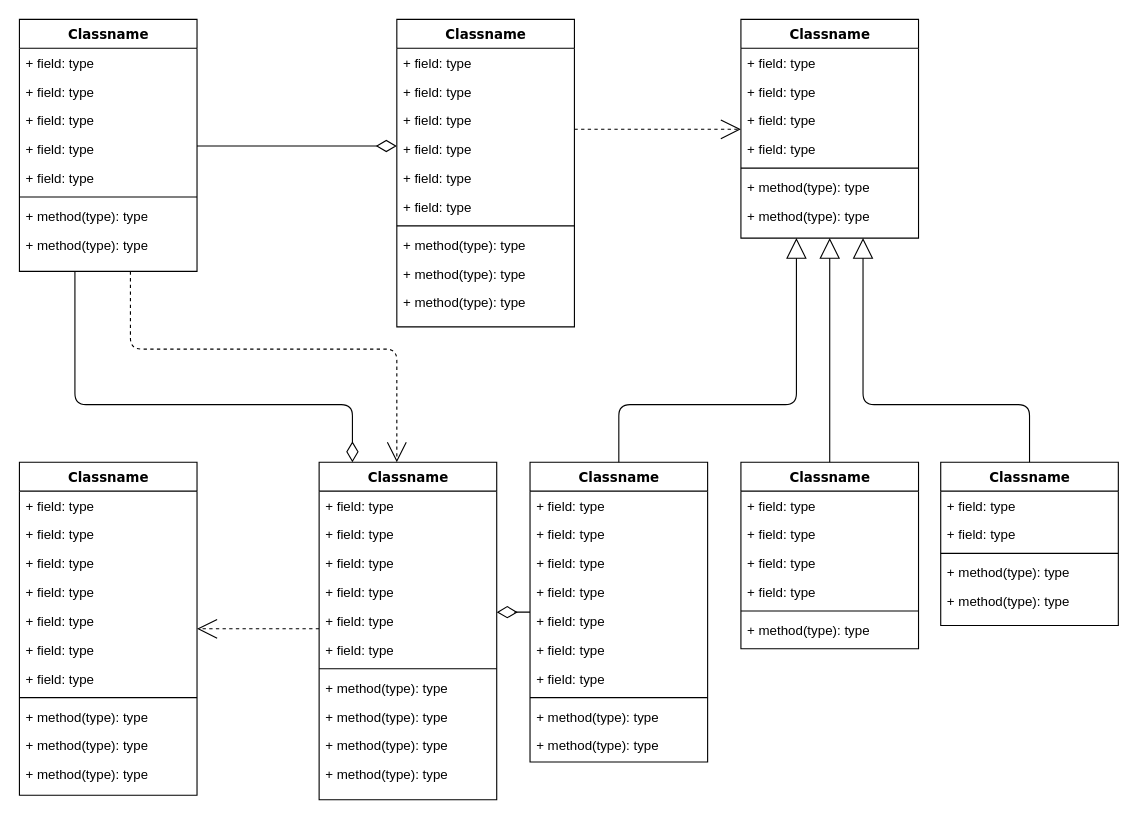
engjell-ism/oc20-1 keeps this draw.io diagram as editor/Untitled Diagram.drawio. Above is the earlier version. Source tidied: cells renumbered, new cells numbered last; positions are measured from the earlier drawing's top-left corner, leaving out a move shared by most shapes. Both pictures are drawn from the tidied source at 111%, with x=0, y=0 at pixel (19, 19).
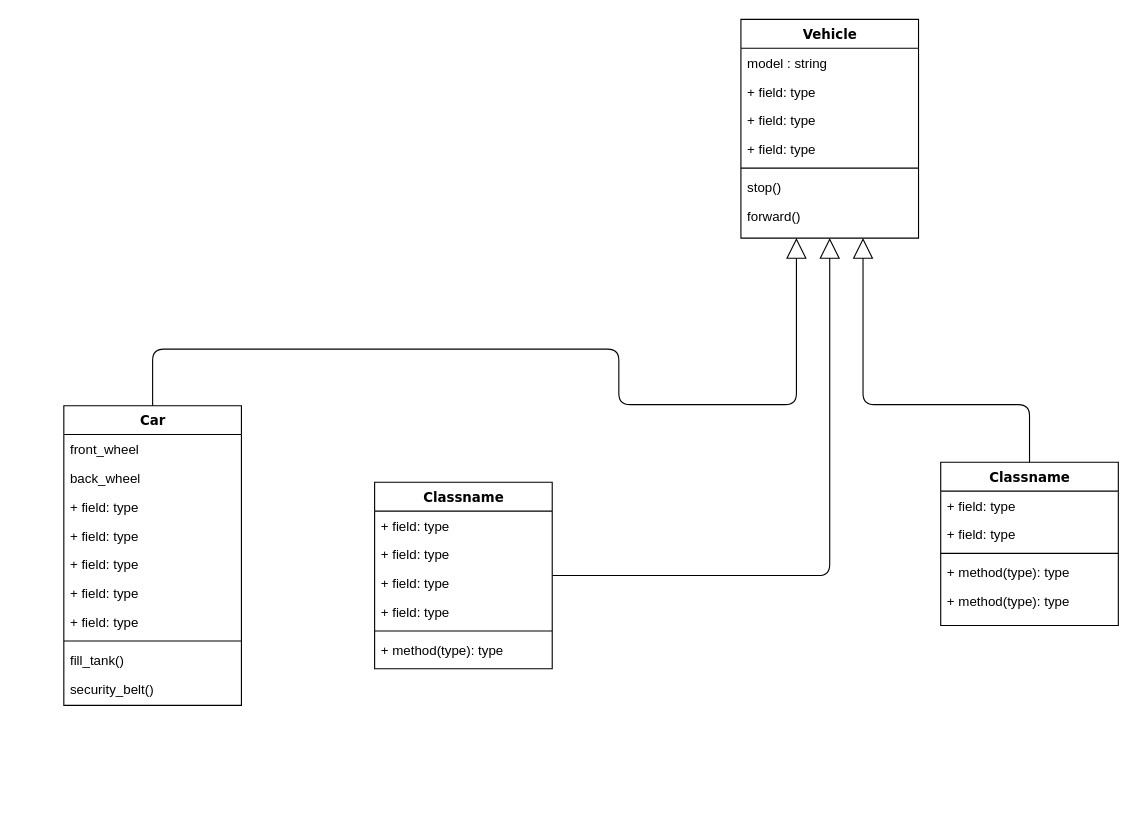
The same page after the edit.

What changed in the source:
```diff
@@
-    <mxCell id="2" style="edgeStyle=orthogonalEdgeStyle;html=1;labelBackgroundColor=none;startFill=0;startSize=8;endArrow=open;endFill=0;endSize=16;fontFamily=Verdana;fontSize=12;dashed=1;" parent="1" edge="1" source="4" target="47">
-      <mxGeometry relative="1" as="geometry">
-        <Array as="points">
-          <mxPoint x="100" y="297" />
-          <mxPoint x="340" y="297" />
-        </Array>
-      </mxGeometry>
-    </mxCell>
-    <mxCell id="3" style="edgeStyle=orthogonalEdgeStyle;html=1;labelBackgroundColor=none;startFill=0;startSize=8;endArrow=diamondThin;endFill=0;endSize=16;fontFamily=Verdana;fontSize=12;" parent="1" edge="1" source="4" target="47">
-      <mxGeometry relative="1" as="geometry">
-        <Array as="points">
-          <mxPoint x="50" y="347" />
-          <mxPoint x="300" y="347" />
-        </Array>
-      </mxGeometry>
-    </mxCell>
-    <mxCell id="4" value="Classname" style="swimlane;html=1;fontStyle=1;align=center;verticalAlign=top;horizontal=1;startSize=26;swimlaneFillColor=#ffffff;rounded=0;shadow=0;comic=0;labelBackgroundColor=none;strokeWidth=1;fillColor=none;fontFamily=Verdana;fontSize=12;" parent="1" vertex="1">
-      <mxGeometry width="160" height="227" as="geometry" />
-    </mxCell>
-    <mxCell id="5" value="+ field: type" style="text;html=1;strokeColor=none;fillColor=none;align=left;verticalAlign=top;spacingLeft=4;spacingRight=4;whiteSpace=wrap;overflow=hidden;" parent="4" vertex="1">
-      <mxGeometry y="26" width="160" height="26" as="geometry" />
-    </mxCell>
-    <mxCell id="6" value="+ field: type" style="text;html=1;strokeColor=none;fillColor=none;align=left;verticalAlign=top;spacingLeft=4;spacingRight=4;whiteSpace=wrap;overflow=hidden;" parent="4" vertex="1">
-      <mxGeometry y="52" width="160" height="26" as="geometry" />
-    </mxCell>
-    <mxCell id="7" value="+ field: type" style="text;html=1;strokeColor=none;fillColor=none;align=left;verticalAlign=top;spacingLeft=4;spacingRight=4;whiteSpace=wrap;overflow=hidden;" parent="4" vertex="1">
-      <mxGeometry y="78" width="160" height="26" as="geometry" />
-    </mxCell>
-    <mxCell id="8" value="+ field: type" style="text;html=1;strokeColor=none;fillColor=none;align=left;verticalAlign=top;spacingLeft=4;spacingRight=4;whiteSpace=wrap;overflow=hidden;" parent="4" vertex="1">
-      <mxGeometry y="104" width="160" height="26" as="geometry" />
-    </mxCell>
-    <mxCell id="9" value="+ field: type" style="text;html=1;strokeColor=none;fillColor=none;align=left;verticalAlign=top;spacingLeft=4;spacingRight=4;whiteSpace=wrap;overflow=hidden;" parent="4" vertex="1">
-      <mxGeometry y="130" width="160" height="26" as="geometry" />
-    </mxCell>
-    <mxCell id="10" style="line;html=1;strokeWidth=1;fillColor=none;align=left;verticalAlign=middle;spacingTop=-1;spacingLeft=3;spacingRight=3;labelPosition=right;" parent="4" vertex="1">
-      <mxGeometry y="156" width="160" height="8" as="geometry" />
-    </mxCell>
-    <mxCell id="11" value="+ method(type): type" style="text;html=1;strokeColor=none;fillColor=none;align=left;verticalAlign=top;spacingLeft=4;spacingRight=4;whiteSpace=wrap;overflow=hidden;" parent="4" vertex="1">
-      <mxGeometry y="164" width="160" height="26" as="geometry" />
-    </mxCell>
-    <mxCell id="12" value="+ method(type): type" style="text;html=1;strokeColor=none;fillColor=none;align=left;verticalAlign=top;spacingLeft=4;spacingRight=4;whiteSpace=wrap;overflow=hidden;" parent="4" vertex="1">
-      <mxGeometry y="190" width="160" height="26" as="geometry" />
-    </mxCell>
-    <mxCell id="13" style="edgeStyle=elbowEdgeStyle;html=1;labelBackgroundColor=none;startFill=0;startSize=8;endArrow=open;endFill=0;endSize=16;fontFamily=Verdana;fontSize=12;elbow=vertical;dashed=1;" parent="1" edge="1" source="14" target="25">
-      <mxGeometry relative="1" as="geometry" />
-    </mxCell>
-    <mxCell id="14" value="Classname" style="swimlane;html=1;fontStyle=1;align=center;verticalAlign=top;horizontal=1;startSize=26;swimlaneFillColor=#ffffff;rounded=0;shadow=0;comic=0;labelBackgroundColor=none;strokeWidth=1;fillColor=none;fontFamily=Verdana;fontSize=12;" parent="1" vertex="1">
-      <mxGeometry x="340" width="160" height="277" as="geometry" />
-    </mxCell>
-    <mxCell id="15" value="+ field: type" style="text;html=1;strokeColor=none;fillColor=none;align=left;verticalAlign=top;spacingLeft=4;spacingRight=4;whiteSpace=wrap;overflow=hidden;" parent="14" vertex="1">
-      <mxGeometry y="26" width="160" height="26" as="geometry" />
-    </mxCell>
-    <mxCell id="16" value="+ field: type" style="text;html=1;strokeColor=none;fillColor=none;align=left;verticalAlign=top;spacingLeft=4;spacingRight=4;whiteSpace=wrap;overflow=hidden;" parent="14" vertex="1">
-      <mxGeometry y="52" width="160" height="26" as="geometry" />
-    </mxCell>
-    <mxCell id="17" value="+ field: type" style="text;html=1;strokeColor=none;fillColor=none;align=left;verticalAlign=top;spacingLeft=4;spacingRight=4;whiteSpace=wrap;overflow=hidden;" parent="14" vertex="1">
-      <mxGeometry y="78" width="160" height="26" as="geometry" />
-    </mxCell>
-    <mxCell id="18" value="+ field: type" style="text;html=1;strokeColor=none;fillColor=none;align=left;verticalAlign=top;spacingLeft=4;spacingRight=4;whiteSpace=wrap;overflow=hidden;" parent="14" vertex="1">
-      <mxGeometry y="104" width="160" height="26" as="geometry" />
-    </mxCell>
-    <mxCell id="19" value="+ field: type" style="text;html=1;strokeColor=none;fillColor=none;align=left;verticalAlign=top;spacingLeft=4;spacingRight=4;whiteSpace=wrap;overflow=hidden;" parent="14" vertex="1">
-      <mxGeometry y="130" width="160" height="26" as="geometry" />
-    </mxCell>
-    <mxCell id="20" value="+ field: type" style="text;html=1;strokeColor=none;fillColor=none;align=left;verticalAlign=top;spacingLeft=4;spacingRight=4;whiteSpace=wrap;overflow=hidden;" parent="14" vertex="1">
-      <mxGeometry y="156" width="160" height="26" as="geometry" />
-    </mxCell>
-    <mxCell id="21" style="line;html=1;strokeWidth=1;fillColor=none;align=left;verticalAlign=middle;spacingTop=-1;spacingLeft=3;spacingRight=3;labelPosition=right;" parent="14" vertex="1">
-      <mxGeometry y="182" width="160" height="8" as="geometry" />
-    </mxCell>
-    <mxCell id="22" value="+ method(type): type" style="text;html=1;strokeColor=none;fillColor=none;align=left;verticalAlign=top;spacingLeft=4;spacingRight=4;whiteSpace=wrap;overflow=hidden;" parent="14" vertex="1">
-      <mxGeometry y="190" width="160" height="26" as="geometry" />
-    </mxCell>
-    <mxCell id="23" value="+ method(type): type" style="text;html=1;strokeColor=none;fillColor=none;align=left;verticalAlign=top;spacingLeft=4;spacingRight=4;whiteSpace=wrap;overflow=hidden;" parent="14" vertex="1">
-      <mxGeometry y="216" width="160" height="26" as="geometry" />
-    </mxCell>
-    <mxCell id="24" value="+ method(type): type" style="text;html=1;strokeColor=none;fillColor=none;align=left;verticalAlign=top;spacingLeft=4;spacingRight=4;whiteSpace=wrap;overflow=hidden;" parent="14" vertex="1">
-      <mxGeometry y="242" width="160" height="26" as="geometry" />
-    </mxCell>
-    <mxCell id="25" value="Classname" style="swimlane;html=1;fontStyle=1;align=center;verticalAlign=top;horizontal=1;startSize=26;swimlaneFillColor=#ffffff;rounded=0;shadow=0;comic=0;labelBackgroundColor=none;strokeWidth=1;fillColor=none;fontFamily=Verdana;fontSize=12;" parent="1" vertex="1">
+    <mxCell id="25" value="Vehicle" style="swimlane;html=1;fontStyle=1;align=center;verticalAlign=top;horizontal=1;startSize=26;swimlaneFillColor=#ffffff;rounded=0;shadow=0;comic=0;labelBackgroundColor=none;strokeWidth=1;fillColor=none;fontFamily=Verdana;fontSize=12;" parent="1" vertex="1">
       <mxGeometry x="650" width="160" height="197" as="geometry" />
     </mxCell>
-    <mxCell id="26" value="+ field: type" style="text;html=1;strokeColor=none;fillColor=none;align=left;verticalAlign=top;spacingLeft=4;spacingRight=4;whiteSpace=wrap;overflow=hidden;" parent="25" vertex="1">
+    <mxCell id="26" value="model : string" style="text;html=1;strokeColor=none;fillColor=none;align=left;verticalAlign=top;spacingLeft=4;spacingRight=4;whiteSpace=wrap;overflow=hidden;" parent="25" vertex="1">
       <mxGeometry y="26" width="160" height="26" as="geometry" />
     </mxCell>
@@
-    <mxCell id="31" value="+ method(type): type" style="text;html=1;strokeColor=none;fillColor=none;align=left;verticalAlign=top;spacingLeft=4;spacingRight=4;whiteSpace=wrap;overflow=hidden;" parent="25" vertex="1">
+    <mxCell id="31" value="stop()" style="text;html=1;strokeColor=none;fillColor=none;align=left;verticalAlign=top;spacingLeft=4;spacingRight=4;whiteSpace=wrap;overflow=hidden;" parent="25" vertex="1">
       <mxGeometry y="138" width="160" height="26" as="geometry" />
     </mxCell>
-    <mxCell id="32" value="+ method(type): type" style="text;html=1;strokeColor=none;fillColor=none;align=left;verticalAlign=top;spacingLeft=4;spacingRight=4;whiteSpace=wrap;overflow=hidden;" parent="25" vertex="1">
+    <mxCell id="32" value="forward()&lt;br&gt;&lt;br&gt;" style="text;html=1;strokeColor=none;fillColor=none;align=left;verticalAlign=top;spacingLeft=4;spacingRight=4;whiteSpace=wrap;overflow=hidden;" parent="25" vertex="1">
       <mxGeometry y="164" width="160" height="26" as="geometry" />
     </mxCell>
-    <mxCell id="33" style="edgeStyle=elbowEdgeStyle;html=1;labelBackgroundColor=none;startFill=0;startSize=8;endArrow=open;endFill=0;endSize=16;fontFamily=Verdana;fontSize=12;elbow=vertical;dashed=1;" parent="1" edge="1" source="47" target="34">
-      <mxGeometry relative="1" as="geometry" />
-    </mxCell>
-    <mxCell id="34" value="Classname" style="swimlane;html=1;fontStyle=1;align=center;verticalAlign=top;horizontal=1;startSize=26;swimlaneFillColor=#ffffff;rounded=0;shadow=0;comic=0;labelBackgroundColor=none;strokeWidth=1;fillColor=none;fontFamily=Verdana;fontSize=12;" parent="1" vertex="1">
-      <mxGeometry y="399" width="160" height="300" as="geometry" />
-    </mxCell>
-    <mxCell id="35" value="+ field: type" style="text;html=1;strokeColor=none;fillColor=none;align=left;verticalAlign=top;spacingLeft=4;spacingRight=4;whiteSpace=wrap;overflow=hidden;" parent="34" vertex="1">
-      <mxGeometry y="26" width="160" height="26" as="geometry" />
-    </mxCell>
-    <mxCell id="36" value="+ field: type" style="text;html=1;strokeColor=none;fillColor=none;align=left;verticalAlign=top;spacingLeft=4;spacingRight=4;whiteSpace=wrap;overflow=hidden;" parent="34" vertex="1">
-      <mxGeometry y="52" width="160" height="26" as="geometry" />
-    </mxCell>
-    <mxCell id="37" value="+ field: type" style="text;html=1;strokeColor=none;fillColor=none;align=left;verticalAlign=top;spacingLeft=4;spacingRight=4;whiteSpace=wrap;overflow=hidden;" parent="34" vertex="1">
-      <mxGeometry y="78" width="160" height="26" as="geometry" />
-    </mxCell>
-    <mxCell id="38" value="+ field: type" style="text;html=1;strokeColor=none;fillColor=none;align=left;verticalAlign=top;spacingLeft=4;spacingRight=4;whiteSpace=wrap;overflow=hidden;" parent="34" vertex="1">
-      <mxGeometry y="104" width="160" height="26" as="geometry" />
-    </mxCell>
-    <mxCell id="39" value="+ field: type" style="text;html=1;strokeColor=none;fillColor=none;align=left;verticalAlign=top;spacingLeft=4;spacingRight=4;whiteSpace=wrap;overflow=hidden;" parent="34" vertex="1">
-      <mxGeometry y="130" width="160" height="26" as="geometry" />
-    </mxCell>
-    <mxCell id="40" value="+ field: type" style="text;html=1;strokeColor=none;fillColor=none;align=left;verticalAlign=top;spacingLeft=4;spacingRight=4;whiteSpace=wrap;overflow=hidden;" parent="34" vertex="1">
-      <mxGeometry y="156" width="160" height="26" as="geometry" />
-    </mxCell>
-    <mxCell id="41" value="+ field: type" style="text;html=1;strokeColor=none;fillColor=none;align=left;verticalAlign=top;spacingLeft=4;spacingRight=4;whiteSpace=wrap;overflow=hidden;" parent="34" vertex="1">
-      <mxGeometry y="182" width="160" height="26" as="geometry" />
-    </mxCell>
-    <mxCell id="42" style="line;html=1;strokeWidth=1;fillColor=none;align=left;verticalAlign=middle;spacingTop=-1;spacingLeft=3;spacingRight=3;labelPosition=right;" parent="34" vertex="1">
-      <mxGeometry y="208" width="160" height="8" as="geometry" />
-    </mxCell>
-    <mxCell id="43" value="+ method(type): type" style="text;html=1;strokeColor=none;fillColor=none;align=left;verticalAlign=top;spacingLeft=4;spacingRight=4;whiteSpace=wrap;overflow=hidden;" parent="34" vertex="1">
-      <mxGeometry y="216" width="160" height="26" as="geometry" />
-    </mxCell>
-    <mxCell id="44" value="+ method(type): type" style="text;html=1;strokeColor=none;fillColor=none;align=left;verticalAlign=top;spacingLeft=4;spacingRight=4;whiteSpace=wrap;overflow=hidden;" parent="34" vertex="1">
-      <mxGeometry y="242" width="160" height="26" as="geometry" />
-    </mxCell>
-    <mxCell id="45" value="+ method(type): type" style="text;html=1;strokeColor=none;fillColor=none;align=left;verticalAlign=top;spacingLeft=4;spacingRight=4;whiteSpace=wrap;overflow=hidden;" parent="34" vertex="1">
-      <mxGeometry y="268" width="160" height="26" as="geometry" />
-    </mxCell>
-    <mxCell id="46" style="edgeStyle=elbowEdgeStyle;html=1;labelBackgroundColor=none;startFill=0;startSize=8;endArrow=diamondThin;endFill=0;endSize=16;fontFamily=Verdana;fontSize=12;elbow=vertical;" parent="1" edge="1" source="60" target="47">
-      <mxGeometry relative="1" as="geometry" />
-    </mxCell>
-    <mxCell id="47" value="Classname" style="swimlane;html=1;fontStyle=1;align=center;verticalAlign=top;horizontal=1;startSize=26;swimlaneFillColor=#ffffff;rounded=0;shadow=0;comic=0;labelBackgroundColor=none;strokeWidth=1;fillColor=none;fontFamily=Verdana;fontSize=12;" parent="1" vertex="1">
-      <mxGeometry x="270" y="399" width="160" height="304" as="geometry" />
-    </mxCell>
-    <mxCell id="48" value="+ field: type" style="text;html=1;strokeColor=none;fillColor=none;align=left;verticalAlign=top;spacingLeft=4;spacingRight=4;whiteSpace=wrap;overflow=hidden;" parent="47" vertex="1">
-      <mxGeometry y="26" width="160" height="26" as="geometry" />
-    </mxCell>
-    <mxCell id="49" value="+ field: type" style="text;html=1;strokeColor=none;fillColor=none;align=left;verticalAlign=top;spacingLeft=4;spacingRight=4;whiteSpace=wrap;overflow=hidden;" parent="47" vertex="1">
-      <mxGeometry y="52" width="160" height="26" as="geometry" />
-    </mxCell>
-    <mxCell id="50" value="+ field: type" style="text;html=1;strokeColor=none;fillColor=none;align=left;verticalAlign=top;spacingLeft=4;spacingRight=4;whiteSpace=wrap;overflow=hidden;" parent="47" vertex="1">
-      <mxGeometry y="78" width="160" height="26" as="geometry" />
-    </mxCell>
-    <mxCell id="51" value="+ field: type" style="text;html=1;strokeColor=none;fillColor=none;align=left;verticalAlign=top;spacingLeft=4;spacingRight=4;whiteSpace=wrap;overflow=hidden;" parent="47" vertex="1">
-      <mxGeometry y="104" width="160" height="26" as="geometry" />
-    </mxCell>
-    <mxCell id="52" value="+ field: type" style="text;html=1;strokeColor=none;fillColor=none;align=left;verticalAlign=top;spacingLeft=4;spacingRight=4;whiteSpace=wrap;overflow=hidden;" parent="47" vertex="1">
-      <mxGeometry y="130" width="160" height="26" as="geometry" />
-    </mxCell>
-    <mxCell id="53" value="+ field: type" style="text;html=1;strokeColor=none;fillColor=none;align=left;verticalAlign=top;spacingLeft=4;spacingRight=4;whiteSpace=wrap;overflow=hidden;" parent="47" vertex="1">
-      <mxGeometry y="156" width="160" height="26" as="geometry" />
-    </mxCell>
-    <mxCell id="54" style="line;html=1;strokeWidth=1;fillColor=none;align=left;verticalAlign=middle;spacingTop=-1;spacingLeft=3;spacingRight=3;labelPosition=right;" parent="47" vertex="1">
-      <mxGeometry y="182" width="160" height="8" as="geometry" />
-    </mxCell>
-    <mxCell id="55" value="+ method(type): type" style="text;html=1;strokeColor=none;fillColor=none;align=left;verticalAlign=top;spacingLeft=4;spacingRight=4;whiteSpace=wrap;overflow=hidden;" parent="47" vertex="1">
-      <mxGeometry y="190" width="160" height="26" as="geometry" />
-    </mxCell>
-    <mxCell id="56" value="+ method(type): type" style="text;html=1;strokeColor=none;fillColor=none;align=left;verticalAlign=top;spacingLeft=4;spacingRight=4;whiteSpace=wrap;overflow=hidden;" parent="47" vertex="1">
-      <mxGeometry y="216" width="160" height="26" as="geometry" />
-    </mxCell>
-    <mxCell id="57" value="+ method(type): type" style="text;html=1;strokeColor=none;fillColor=none;align=left;verticalAlign=top;spacingLeft=4;spacingRight=4;whiteSpace=wrap;overflow=hidden;" parent="47" vertex="1">
-      <mxGeometry y="242" width="160" height="26" as="geometry" />
-    </mxCell>
-    <mxCell id="58" value="+ method(type): type" style="text;html=1;strokeColor=none;fillColor=none;align=left;verticalAlign=top;spacingLeft=4;spacingRight=4;whiteSpace=wrap;overflow=hidden;" parent="47" vertex="1">
-      <mxGeometry y="268" width="160" height="26" as="geometry" />
-    </mxCell>
     <mxCell id="59" style="edgeStyle=orthogonalEdgeStyle;html=1;labelBackgroundColor=none;startFill=0;startSize=8;endArrow=block;endFill=0;endSize=16;fontFamily=Verdana;fontSize=12;" parent="1" edge="1" source="60" target="25">
       <mxGeometry relative="1" as="geometry">
         <Array as="points">
+          <mxPoint x="120" y="297" />
+          <mxPoint x="540" y="297" />
           <mxPoint x="540" y="347" />
           <mxPoint x="700" y="347" />
         </Array>
       </mxGeometry>
     </mxCell>
-    <mxCell id="60" value="Classname" style="swimlane;html=1;fontStyle=1;align=center;verticalAlign=top;horizontal=1;startSize=26;swimlaneFillColor=#ffffff;rounded=0;shadow=0;comic=0;labelBackgroundColor=none;strokeWidth=1;fillColor=none;fontFamily=Verdana;fontSize=12;" parent="1" vertex="1">
-      <mxGeometry x="460" y="399" width="160" height="270" as="geometry" />
+    <mxCell id="60" value="Car" style="swimlane;html=1;fontStyle=1;align=center;verticalAlign=top;horizontal=1;startSize=26;swimlaneFillColor=#ffffff;rounded=0;shadow=0;comic=0;labelBackgroundColor=none;strokeWidth=1;fillColor=none;fontFamily=Verdana;fontSize=12;" parent="1" vertex="1">
+      <mxGeometry x="40" y="348" width="160" height="270" as="geometry" />
     </mxCell>
-    <mxCell id="61" value="+ field: type" style="text;html=1;strokeColor=none;fillColor=none;align=left;verticalAlign=top;spacingLeft=4;spacingRight=4;whiteSpace=wrap;overflow=hidden;" parent="60" vertex="1">
+    <mxCell id="61" value="front_wheel" style="text;html=1;strokeColor=none;fillColor=none;align=left;verticalAlign=top;spacingLeft=4;spacingRight=4;whiteSpace=wrap;overflow=hidden;" parent="60" vertex="1">
       <mxGeometry y="26" width="160" height="26" as="geometry" />
     </mxCell>
-    <mxCell id="62" value="+ field: type" style="text;html=1;strokeColor=none;fillColor=none;align=left;verticalAlign=top;spacingLeft=4;spacingRight=4;whiteSpace=wrap;overflow=hidden;" parent="60" vertex="1">
+    <mxCell id="62" value="back_wheel" style="text;html=1;strokeColor=none;fillColor=none;align=left;verticalAlign=top;spacingLeft=4;spacingRight=4;whiteSpace=wrap;overflow=hidden;" parent="60" vertex="1">
       <mxGeometry y="52" width="160" height="26" as="geometry" />
     </mxCell>
@@
-    <mxCell id="69" value="+ method(type): type" style="text;html=1;strokeColor=none;fillColor=none;align=left;verticalAlign=top;spacingLeft=4;spacingRight=4;whiteSpace=wrap;overflow=hidden;" parent="60" vertex="1">
+    <mxCell id="69" value="fill_tank()" style="text;html=1;strokeColor=none;fillColor=none;align=left;verticalAlign=top;spacingLeft=4;spacingRight=4;whiteSpace=wrap;overflow=hidden;" parent="60" vertex="1">
       <mxGeometry y="216" width="160" height="26" as="geometry" />
     </mxCell>
-    <mxCell id="70" value="+ method(type): type" style="text;html=1;strokeColor=none;fillColor=none;align=left;verticalAlign=top;spacingLeft=4;spacingRight=4;whiteSpace=wrap;overflow=hidden;" parent="60" vertex="1">
+    <mxCell id="70" value="security_belt()" style="text;html=1;strokeColor=none;fillColor=none;align=left;verticalAlign=top;spacingLeft=4;spacingRight=4;whiteSpace=wrap;overflow=hidden;" parent="60" vertex="1">
       <mxGeometry y="242" width="160" height="26" as="geometry" />
     </mxCell>
@@
     <mxCell id="72" value="Classname" style="swimlane;html=1;fontStyle=1;align=center;verticalAlign=top;horizontal=1;startSize=26;swimlaneFillColor=#ffffff;rounded=0;shadow=0;comic=0;labelBackgroundColor=none;strokeWidth=1;fillColor=none;fontFamily=Verdana;fontSize=12;" parent="1" vertex="1">
-      <mxGeometry x="650" y="399" width="160" height="168" as="geometry" />
+      <mxGeometry x="320" y="417" width="160" height="168" as="geometry" />
     </mxCell>
@@
-    <mxCell id="86" style="edgeStyle=elbowEdgeStyle;html=1;labelBackgroundColor=none;startFill=0;startSize=8;endArrow=diamondThin;endFill=0;endSize=16;fontFamily=Verdana;fontSize=12;elbow=vertical;" parent="1" edge="1" source="4" target="14">
-      <mxGeometry relative="1" as="geometry" />
-    </mxCell>
```
